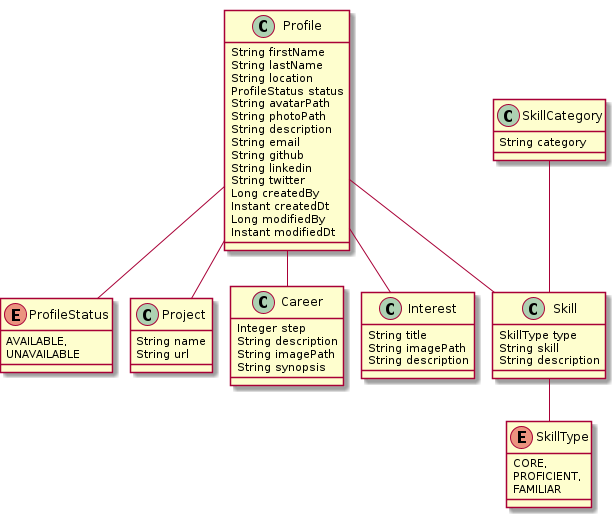
Above: jhipster-developer-portfolio.png in RatJuggler/jhipster-jdl (PlantUML), before the change.
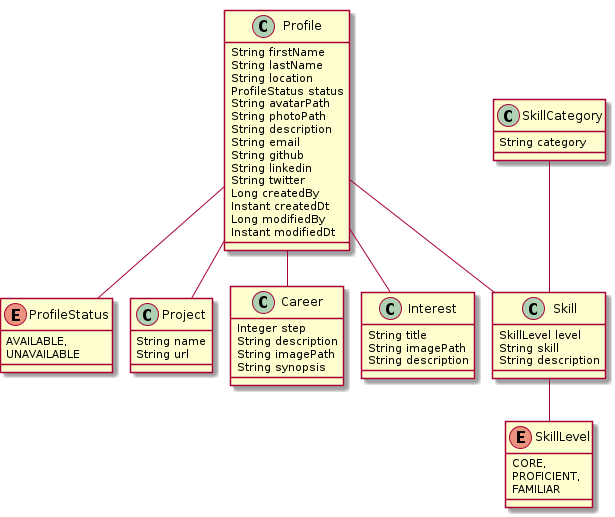
After the commit.

Commit message:
Improve Skill attribute naming.

Diff of the diagram source:
```diff
@@ -28,12 +28,12 @@
 		String url
 	}
 	class Skill  {
-		SkillType type
+		SkillLevel level
 		String skill
 		String description
 	}
-	Skill ..> SkillType
-	enum SkillType {
+	Skill ..> SkillLevel
+	enum SkillLevel {
 		CORE,
 		PROFICIENT,
 		FAMILIAR
```
